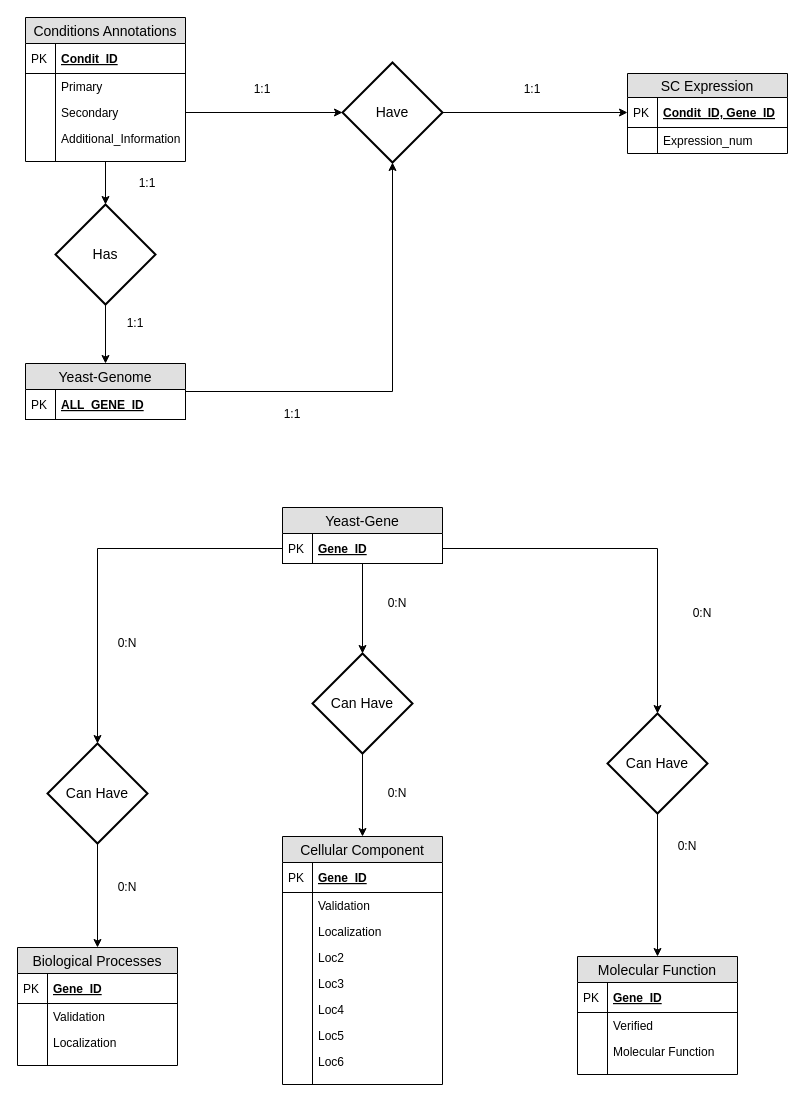
This is Yeast_Transcriptomics_DB_ER.drawio from thangdaoo/YeastTranscriptomics-DB, a draw.io file, before an edit. Source tidied: cells renumbered, new cells numbered last; positions are measured from the earlier drawing's top-left corner, leaving out a move shared by most shapes. Both pictures are drawn from the tidied source at 100%, with x=0, y=0 at pixel (17, 17).
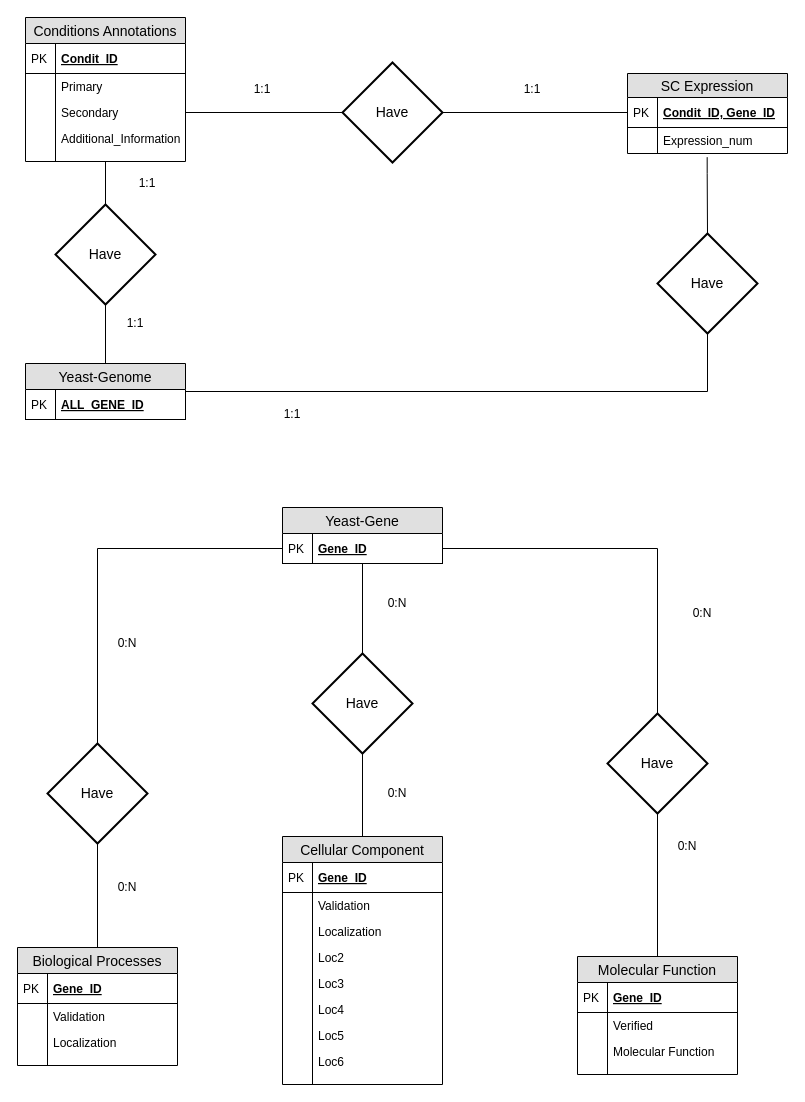
The same page after the edit.

Unchanged cells that the change refers to:
```xml
<mxCell id="3" value="Conditions Annotations" style="swimlane;fontStyle=0;horizontal=1;startSize=26;fillColor=#e0e0e0;swimlaneFillColor=#ffffff;align=center;fontSize=14;" parent="1" vertex="1">
  <mxGeometry x="8" width="160" height="144" as="geometry" />
</mxCell>
<mxCell id="8" value="Secondary" style="shape=partialRectangle;top=0;left=0;right=0;bottom=0;align=left;verticalAlign=top;fillColor=none;spacingLeft=34;spacingRight=4;overflow=hidden;points=[[0,0.5],[1,0.5]];portConstraint=eastwest;fontSize=12;" parent="3" vertex="1">
  <mxGeometry y="82" width="160" height="26" as="geometry" />
</mxCell>
<mxCell id="14" value="Biological Processes" style="swimlane;fontStyle=0;horizontal=1;startSize=26;fillColor=#e0e0e0;swimlaneFillColor=#ffffff;align=center;fontSize=14;" parent="1" vertex="1">
  <mxGeometry y="930" width="160" height="118" as="geometry" />
</mxCell>
<mxCell id="23" value="Cellular Component" style="swimlane;fontStyle=0;horizontal=1;startSize=26;fillColor=#e0e0e0;swimlaneFillColor=#ffffff;align=center;fontSize=14;" parent="1" vertex="1">
  <mxGeometry x="265" y="819" width="160" height="248" as="geometry" />
</mxCell>
<mxCell id="42" value="Molecular Function" style="swimlane;fontStyle=0;horizontal=1;startSize=26;fillColor=#e0e0e0;swimlaneFillColor=#ffffff;align=center;fontSize=14;" parent="1" vertex="1">
  <mxGeometry x="560" y="939" width="160" height="118" as="geometry" />
</mxCell>
<mxCell id="52" value="Condit_ID, Gene_ID" style="shape=partialRectangle;top=0;left=0;right=0;bottom=1;align=left;verticalAlign=middle;fillColor=none;spacingLeft=34;spacingRight=4;overflow=hidden;points=[[0,0.5],[1,0.5]];portConstraint=eastwest;fontStyle=5;fontSize=12;" parent="51" vertex="1">
  <mxGeometry y="24" width="160" height="30" as="geometry" />
</mxCell>
<mxCell id="54" value="Expression_num" style="shape=partialRectangle;top=0;left=0;right=0;bottom=0;align=left;verticalAlign=top;fillColor=none;spacingLeft=34;spacingRight=4;overflow=hidden;points=[[0,0.5],[1,0.5]];portConstraint=eastwest;fontSize=12;" parent="51" vertex="1">
  <mxGeometry y="54" width="160" height="26" as="geometry" />
</mxCell>
<mxCell id="57" value="Yeast-Gene" style="swimlane;fontStyle=0;horizontal=1;startSize=26;fillColor=#e0e0e0;swimlaneFillColor=#ffffff;align=center;fontSize=14;" parent="1" vertex="1">
  <mxGeometry x="265" y="490" width="160" height="56" as="geometry" />
</mxCell>
<mxCell id="58" value="Gene_ID" style="shape=partialRectangle;top=0;left=0;right=0;bottom=1;align=left;verticalAlign=middle;fillColor=none;spacingLeft=34;spacingRight=4;overflow=hidden;points=[[0,0.5],[1,0.5]];portConstraint=eastwest;fontStyle=5;fontSize=12;" parent="57" vertex="1">
  <mxGeometry y="26" width="160" height="30" as="geometry" />
</mxCell>
<mxCell id="69" value="Yeast-Genome" style="swimlane;fontStyle=0;horizontal=1;startSize=26;fillColor=#e0e0e0;swimlaneFillColor=#ffffff;align=center;fontSize=14;" parent="1" vertex="1">
  <mxGeometry x="8" y="346" width="160" height="56" as="geometry" />
</mxCell>
<mxCell id="73" value="Have" style="shape=rhombus;strokeWidth=2;fontSize=17;perimeter=rhombusPerimeter;whiteSpace=wrap;html=1;align=center;fontSize=14;" parent="1" vertex="1">
  <mxGeometry x="325" y="45" width="100" height="100" as="geometry" />
</mxCell>
```

Change to the diagram source:
```diff
@@
-    <mxCell id="2" style="edgeStyle=orthogonalEdgeStyle;rounded=0;jettySize=auto;html=1;entryX=0.5;entryY=0;entryDx=0;entryDy=0;" parent="1" edge="1" source="3" target="75">
+    <mxCell id="2" style="edgeStyle=orthogonalEdgeStyle;rounded=0;jettySize=auto;html=1;entryX=0.5;entryY=0;entryDx=0;entryDy=0;endArrow=none;endFill=0;" parent="1" edge="1" source="3" target="75">
       <mxGeometry relative="1" as="geometry" />
     </mxCell>
@@
-    <mxCell id="56" style="edgeStyle=orthogonalEdgeStyle;rounded=0;jettySize=auto;html=1;entryX=0.5;entryY=0;entryDx=0;entryDy=0;" parent="1" edge="1" source="57" target="63">
+    <mxCell id="56" style="edgeStyle=orthogonalEdgeStyle;rounded=0;jettySize=auto;html=1;entryX=0.5;entryY=0;entryDx=0;entryDy=0;endArrow=none;endFill=0;" parent="1" edge="1" source="57" target="63">
       <mxGeometry relative="1" as="geometry" />
     </mxCell>
@@
-    <mxCell id="60" style="edgeStyle=orthogonalEdgeStyle;rounded=0;jettySize=auto;html=1;exitX=0.5;exitY=1;exitDx=0;exitDy=0;entryX=0.5;entryY=0;entryDx=0;entryDy=0;" parent="1" edge="1" source="61" target="14">
+    <mxCell id="60" style="edgeStyle=orthogonalEdgeStyle;rounded=0;jettySize=auto;html=1;exitX=0.5;exitY=1;exitDx=0;exitDy=0;entryX=0.5;entryY=0;entryDx=0;entryDy=0;endArrow=none;endFill=0;" parent="1" edge="1" source="61" target="14">
       <mxGeometry relative="1" as="geometry" />
     </mxCell>
-    <mxCell id="61" value="Can Have" style="shape=rhombus;strokeWidth=2;fontSize=17;perimeter=rhombusPerimeter;whiteSpace=wrap;html=1;align=center;fontSize=14;" parent="1" vertex="1">
+    <mxCell id="61" value="Have" style="shape=rhombus;strokeWidth=2;fontSize=17;perimeter=rhombusPerimeter;whiteSpace=wrap;html=1;align=center;fontSize=14;" parent="1" vertex="1">
       <mxGeometry x="30" y="726" width="100" height="100" as="geometry" />
     </mxCell>
-    <mxCell id="62" style="edgeStyle=orthogonalEdgeStyle;rounded=0;jettySize=auto;html=1;exitX=0.5;exitY=1;exitDx=0;exitDy=0;entryX=0.5;entryY=0;entryDx=0;entryDy=0;" parent="1" edge="1" source="63" target="23">
+    <mxCell id="62" style="edgeStyle=orthogonalEdgeStyle;rounded=0;jettySize=auto;html=1;exitX=0.5;exitY=1;exitDx=0;exitDy=0;entryX=0.5;entryY=0;entryDx=0;entryDy=0;endArrow=none;endFill=0;" parent="1" edge="1" source="63" target="23">
       <mxGeometry relative="1" as="geometry" />
     </mxCell>
-    <mxCell id="63" value="Can Have" style="shape=rhombus;strokeWidth=2;fontSize=17;perimeter=rhombusPerimeter;whiteSpace=wrap;html=1;align=center;fontSize=14;" parent="1" vertex="1">
+    <mxCell id="63" value="Have" style="shape=rhombus;strokeWidth=2;fontSize=17;perimeter=rhombusPerimeter;whiteSpace=wrap;html=1;align=center;fontSize=14;" parent="1" vertex="1">
       <mxGeometry x="295" y="636" width="100" height="100" as="geometry" />
     </mxCell>
-    <mxCell id="64" style="edgeStyle=orthogonalEdgeStyle;rounded=0;jettySize=auto;html=1;exitX=0.5;exitY=1;exitDx=0;exitDy=0;entryX=0.5;entryY=0;entryDx=0;entryDy=0;" parent="1" edge="1" source="65" target="42">
+    <mxCell id="64" style="edgeStyle=orthogonalEdgeStyle;rounded=0;jettySize=auto;html=1;exitX=0.5;exitY=1;exitDx=0;exitDy=0;entryX=0.5;entryY=0;entryDx=0;entryDy=0;endArrow=none;endFill=0;" parent="1" edge="1" source="65" target="42">
       <mxGeometry relative="1" as="geometry" />
     </mxCell>
-    <mxCell id="65" value="Can Have" style="shape=rhombus;strokeWidth=2;fontSize=17;perimeter=rhombusPerimeter;whiteSpace=wrap;html=1;align=center;fontSize=14;" parent="1" vertex="1">
+    <mxCell id="65" value="Have" style="shape=rhombus;strokeWidth=2;fontSize=17;perimeter=rhombusPerimeter;whiteSpace=wrap;html=1;align=center;fontSize=14;" parent="1" vertex="1">
       <mxGeometry x="590" y="696" width="100" height="100" as="geometry" />
     </mxCell>
-    <mxCell id="66" style="edgeStyle=orthogonalEdgeStyle;rounded=0;jettySize=auto;html=1;entryX=0.5;entryY=0;entryDx=0;entryDy=0;" parent="1" edge="1" source="58" target="61">
+    <mxCell id="66" style="edgeStyle=orthogonalEdgeStyle;rounded=0;jettySize=auto;html=1;entryX=0.5;entryY=0;entryDx=0;entryDy=0;endArrow=none;endFill=0;" parent="1" edge="1" source="58" target="61">
       <mxGeometry relative="1" as="geometry" />
     </mxCell>
-    <mxCell id="67" style="edgeStyle=orthogonalEdgeStyle;rounded=0;jettySize=auto;html=1;entryX=0.5;entryY=0;entryDx=0;entryDy=0;" parent="1" edge="1" source="58" target="65">
+    <mxCell id="67" style="edgeStyle=orthogonalEdgeStyle;rounded=0;jettySize=auto;html=1;entryX=0.5;entryY=0;entryDx=0;entryDy=0;endArrow=none;endFill=0;" parent="1" edge="1" source="58" target="65">
       <mxGeometry relative="1" as="geometry" />
     </mxCell>
-    <mxCell id="68" style="edgeStyle=orthogonalEdgeStyle;rounded=0;jettySize=auto;html=1;entryX=0.5;entryY=1;entryDx=0;entryDy=0;" parent="1" edge="1" source="69" target="73">
+    <mxCell id="68" style="edgeStyle=orthogonalEdgeStyle;rounded=0;jettySize=auto;html=1;endArrow=none;endFill=0;entryX=0.5;entryY=1;entryDx=0;entryDy=0;" parent="1" edge="1" source="69" target="88">
       <mxGeometry relative="1" as="geometry" />
     </mxCell>
@@
-    <mxCell id="72" style="edgeStyle=orthogonalEdgeStyle;rounded=0;jettySize=auto;html=1;entryX=0;entryY=0.5;entryDx=0;entryDy=0;" parent="1" edge="1" source="73" target="52">
+    <mxCell id="72" style="edgeStyle=orthogonalEdgeStyle;rounded=0;jettySize=auto;html=1;entryX=0;entryY=0.5;entryDx=0;entryDy=0;endArrow=none;endFill=0;" parent="1" edge="1" source="73" target="52">
       <mxGeometry relative="1" as="geometry" />
     </mxCell>
@@
-    <mxCell id="74" style="edgeStyle=orthogonalEdgeStyle;rounded=0;jettySize=auto;html=1;entryX=0.5;entryY=0;entryDx=0;entryDy=0;" parent="1" edge="1" source="75" target="69">
+    <mxCell id="74" style="edgeStyle=orthogonalEdgeStyle;rounded=0;jettySize=auto;html=1;entryX=0.5;entryY=0;entryDx=0;entryDy=0;endArrow=none;endFill=0;" parent="1" edge="1" source="75" target="69">
       <mxGeometry relative="1" as="geometry" />
     </mxCell>
-    <mxCell id="75" value="Has" style="shape=rhombus;strokeWidth=2;fontSize=17;perimeter=rhombusPerimeter;whiteSpace=wrap;html=1;align=center;fontSize=14;" parent="1" vertex="1">
+    <mxCell id="75" value="Have" style="shape=rhombus;strokeWidth=2;fontSize=17;perimeter=rhombusPerimeter;whiteSpace=wrap;html=1;align=center;fontSize=14;" parent="1" vertex="1">
       <mxGeometry x="38" y="187" width="100" height="100" as="geometry" />
     </mxCell>
-    <mxCell id="76" style="edgeStyle=orthogonalEdgeStyle;rounded=0;jettySize=auto;html=1;entryX=0;entryY=0.5;entryDx=0;entryDy=0;" parent="1" edge="1" source="8" target="73">
+    <mxCell id="76" style="edgeStyle=orthogonalEdgeStyle;rounded=0;jettySize=auto;html=1;entryX=0;entryY=0.5;entryDx=0;entryDy=0;endArrow=none;endFill=0;" parent="1" edge="1" source="8" target="73">
       <mxGeometry relative="1" as="geometry" />
     </mxCell>
@@
+    <mxCell id="88" value="Have" style="shape=rhombus;strokeWidth=2;fontSize=17;perimeter=rhombusPerimeter;whiteSpace=wrap;html=1;align=center;fontSize=14;" parent="1" vertex="1">
+      <mxGeometry x="640" y="216" width="100" height="100" as="geometry" />
+    </mxCell>
+    <mxCell id="89" style="edgeStyle=orthogonalEdgeStyle;rounded=0;jettySize=auto;html=1;entryX=0.5;entryY=0;entryDx=0;entryDy=0;endArrow=none;endFill=0;exitX=0.498;exitY=1.141;exitDx=0;exitDy=0;exitPerimeter=0;" parent="1" edge="1" source="54" target="88">
+      <mxGeometry relative="1" as="geometry">
+        <Array as="points">
+          <mxPoint x="690" y="156" />
+          <mxPoint x="690" y="156" />
+        </Array>
+      </mxGeometry>
+    </mxCell>
```
